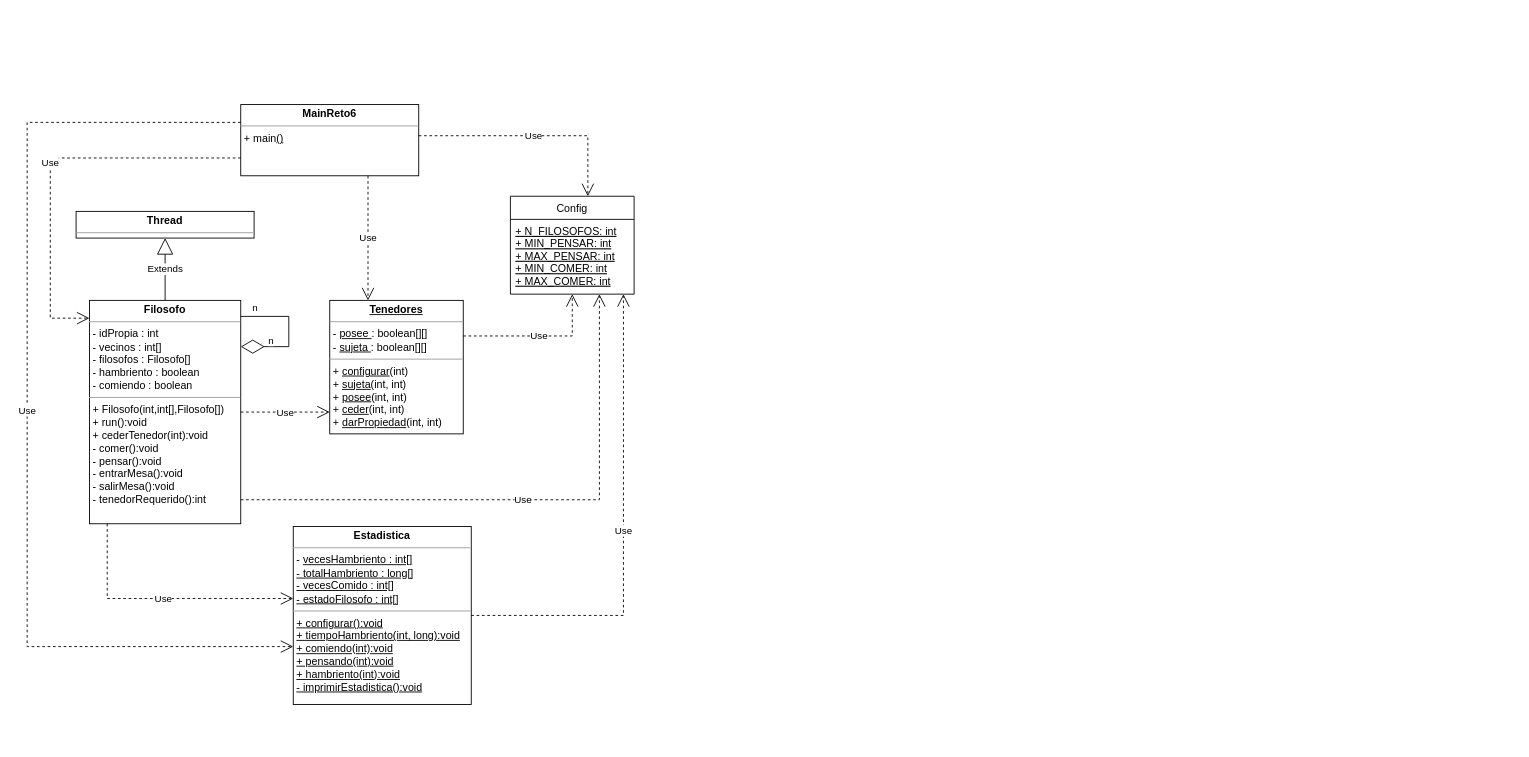
Earlier version of the draw.io diagram documentos/filosofos.drawio (josebailoneduca/PSPRO_Reto6). Source tidied: cells renumbered, new cells numbered last; positions are measured from the earlier drawing's top-left corner, leaving out a move shared by most shapes. Both pictures are drawn from the tidied source at 89%, with x=0, y=0 at pixel (27, 104).
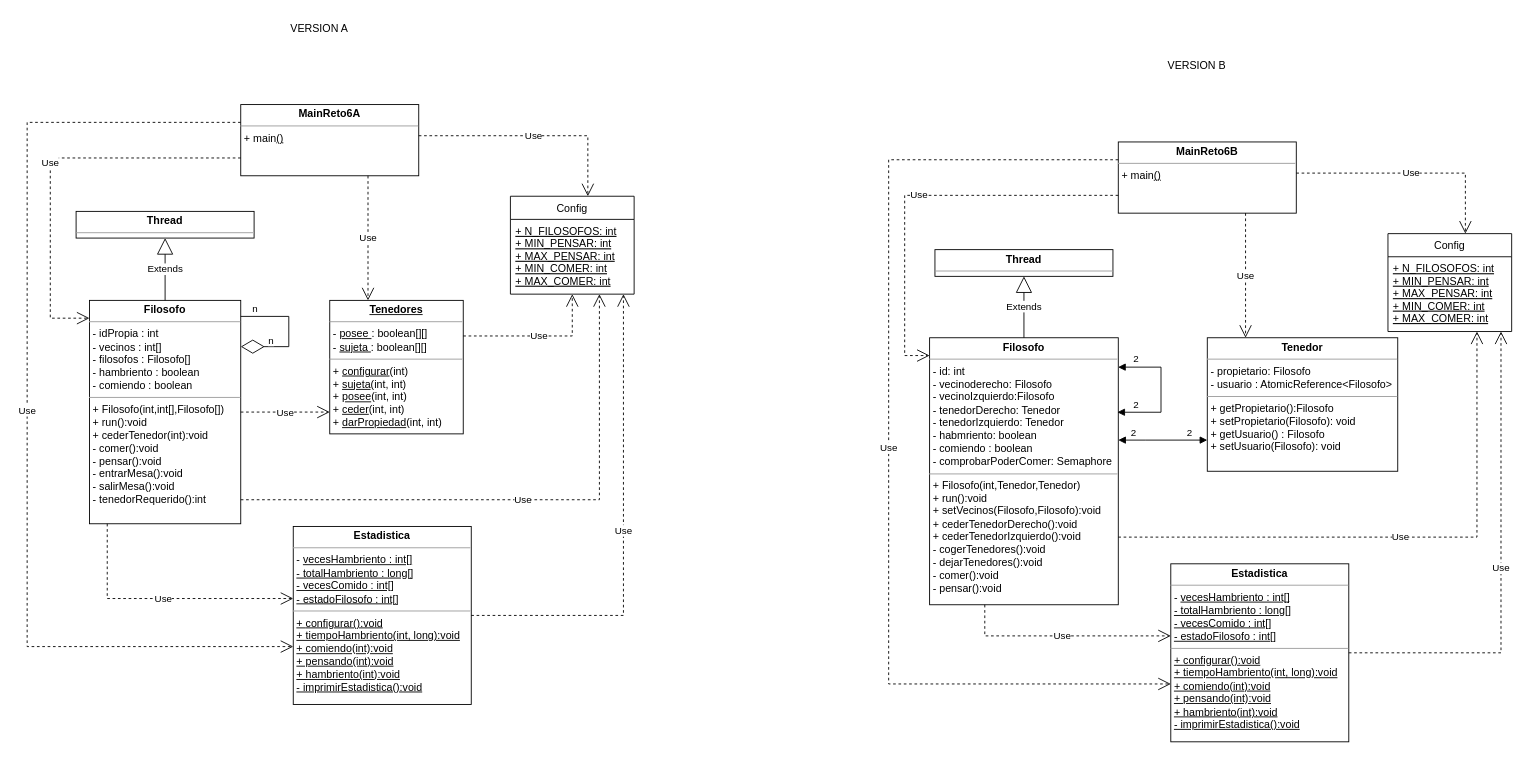
The same page after the edit.

Change to the diagram source:
```diff
@@
-    <mxCell id="8" value="&lt;p style=&quot;margin:0px;margin-top:4px;text-align:center;&quot;&gt;&lt;b&gt;MainReto6&lt;/b&gt;&lt;/p&gt;&lt;hr size=&quot;1&quot;&gt;&lt;p style=&quot;margin:0px;margin-left:4px;&quot;&gt;&lt;span style=&quot;background-color: initial;&quot;&gt;+ main&lt;u&gt;()&lt;/u&gt;&lt;/span&gt;&lt;/p&gt;" style="verticalAlign=top;align=left;overflow=fill;fontSize=12;fontFamily=Helvetica;html=1;" parent="1" vertex="1">
+    <mxCell id="8" value="&lt;p style=&quot;margin:0px;margin-top:4px;text-align:center;&quot;&gt;&lt;b&gt;MainReto6A&lt;/b&gt;&lt;/p&gt;&lt;hr size=&quot;1&quot;&gt;&lt;p style=&quot;margin:0px;margin-left:4px;&quot;&gt;&lt;span style=&quot;background-color: initial;&quot;&gt;+ main&lt;u&gt;()&lt;/u&gt;&lt;/span&gt;&lt;/p&gt;" style="verticalAlign=top;align=left;overflow=fill;fontSize=12;fontFamily=Helvetica;html=1;" parent="1" vertex="1">
       <mxGeometry x="240" width="200" height="80" as="geometry" />
     </mxCell>
@@
+    <mxCell id="22" value="VERSION A" style="text;html=1;strokeColor=none;fillColor=none;align=center;verticalAlign=middle;whiteSpace=wrap;rounded=0;" parent="1" vertex="1">
+      <mxGeometry x="258" y="-100" width="141" height="30" as="geometry" />
+    </mxCell>
+    <mxCell id="23" value="&lt;p style=&quot;margin:0px;margin-top:4px;text-align:center;&quot;&gt;&lt;b&gt;Filosofo&lt;/b&gt;&lt;/p&gt;&lt;hr size=&quot;1&quot;&gt;&lt;p style=&quot;margin:0px;margin-left:4px;&quot;&gt;&lt;span style=&quot;background-color: initial;&quot;&gt;-&amp;nbsp;&lt;/span&gt;&lt;span style=&quot;background-color: initial;&quot;&gt;id: int&lt;/span&gt;&lt;br&gt;&lt;/p&gt;&lt;p style=&quot;margin:0px;margin-left:4px;&quot;&gt;- vecinoderecho: Filosofo&lt;/p&gt;&lt;p style=&quot;margin:0px;margin-left:4px;&quot;&gt;- vecinoIzquierdo:Filosofo&lt;/p&gt;&lt;p style=&quot;margin:0px;margin-left:4px;&quot;&gt;- tenedorDerecho: Tenedor&lt;/p&gt;&lt;p style=&quot;margin:0px;margin-left:4px;&quot;&gt;- tenedorIzquierdo: Tenedor&lt;/p&gt;&lt;p style=&quot;margin:0px;margin-left:4px;&quot;&gt;- habmriento: boolean&lt;/p&gt;&lt;p style=&quot;margin:0px;margin-left:4px;&quot;&gt;- comiendo : boolean&lt;/p&gt;&lt;p style=&quot;margin:0px;margin-left:4px;&quot;&gt;- comprobarPoderComer: Semaphore&lt;/p&gt;&lt;hr size=&quot;1&quot;&gt;&lt;p style=&quot;margin:0px;margin-left:4px;&quot;&gt;+&amp;nbsp;&lt;span style=&quot;background-color: initial;&quot;&gt;Filosofo(int,Tenedor,Tenedor)&lt;/span&gt;&lt;/p&gt;&lt;p style=&quot;margin:0px;margin-left:4px;&quot;&gt;+ run():void&lt;/p&gt;&lt;p style=&quot;margin:0px;margin-left:4px;&quot;&gt;+ setVecinos(Filosofo,Filosofo):void&lt;/p&gt;&lt;p style=&quot;margin:0px;margin-left:4px;&quot;&gt;+&amp;nbsp;&lt;span style=&quot;background-color: initial;&quot;&gt;cederTenedorDerecho():void&lt;/span&gt;&lt;br&gt;&lt;/p&gt;&lt;p style=&quot;margin:0px;margin-left:4px;&quot;&gt;&lt;span style=&quot;background-color: initial;&quot;&gt;+ cederTenedorIzquierdo():void&lt;/span&gt;&lt;/p&gt;&lt;p style=&quot;margin:0px;margin-left:4px;&quot;&gt;- cogerTenedores():void&lt;/p&gt;&lt;p style=&quot;margin:0px;margin-left:4px;&quot;&gt;- dejarTenedores():void&lt;/p&gt;&lt;p style=&quot;margin:0px;margin-left:4px;&quot;&gt;- comer():void&lt;/p&gt;&lt;p style=&quot;margin:0px;margin-left:4px;&quot;&gt;- pensar():void&lt;/p&gt;" style="verticalAlign=top;align=left;overflow=fill;fontSize=12;fontFamily=Helvetica;html=1;" parent="1" vertex="1">
+      <mxGeometry x="1014" y="262" width="212" height="300" as="geometry" />
+    </mxCell>
+    <mxCell id="24" value="&lt;p style=&quot;margin:0px;margin-top:4px;text-align:center;&quot;&gt;&lt;b&gt;Estadistica&lt;/b&gt;&lt;/p&gt;&lt;hr size=&quot;1&quot;&gt;&lt;p style=&quot;margin:0px;margin-left:4px;&quot;&gt;&lt;span style=&quot;background-color: initial;&quot;&gt;- &lt;u&gt;vecesHambriento : int[]&lt;/u&gt;&lt;/span&gt;&lt;u&gt;&lt;br&gt;&lt;/u&gt;&lt;/p&gt;&lt;p style=&quot;margin:0px;margin-left:4px;&quot;&gt;&lt;u&gt;- totalHambriento : long[]&lt;/u&gt;&lt;/p&gt;&lt;p style=&quot;margin:0px;margin-left:4px;&quot;&gt;&lt;u&gt;- vecesComido : int[]&lt;/u&gt;&lt;/p&gt;&lt;p style=&quot;margin:0px;margin-left:4px;&quot;&gt;&lt;u style=&quot;background-color: initial;&quot;&gt;- estadoFilosofo : int[]&lt;/u&gt;&lt;br&gt;&lt;/p&gt;&lt;hr size=&quot;1&quot;&gt;&lt;p style=&quot;margin:0px;margin-left:4px;&quot;&gt;&lt;u&gt;+&amp;nbsp;&lt;/u&gt;&lt;span style=&quot;background-color: initial;&quot;&gt;&lt;u&gt;configurar():void&lt;/u&gt;&lt;/span&gt;&lt;/p&gt;&lt;p style=&quot;margin:0px;margin-left:4px;&quot;&gt;&lt;u&gt;+ tiempoHambriento(int, long):void&lt;/u&gt;&lt;/p&gt;&lt;p style=&quot;margin:0px;margin-left:4px;&quot;&gt;&lt;u&gt;+ comiendo(int):void&lt;/u&gt;&lt;/p&gt;&lt;p style=&quot;margin:0px;margin-left:4px;&quot;&gt;&lt;u&gt;+ pensando(int):void&lt;/u&gt;&lt;/p&gt;&lt;p style=&quot;margin:0px;margin-left:4px;&quot;&gt;&lt;u&gt;+ hambriento(int):void&lt;/u&gt;&lt;/p&gt;&lt;p style=&quot;margin:0px;margin-left:4px;&quot;&gt;&lt;u&gt;- imprimirEstadistica():void&lt;/u&gt;&lt;/p&gt;" style="verticalAlign=top;align=left;overflow=fill;fontSize=12;fontFamily=Helvetica;html=1;" parent="1" vertex="1">
+      <mxGeometry x="1285" y="516" width="200" height="200" as="geometry" />
+    </mxCell>
+    <mxCell id="25" value="&lt;p style=&quot;margin:0px;margin-top:4px;text-align:center;&quot;&gt;&lt;b&gt;Thread&lt;/b&gt;&lt;/p&gt;&lt;hr size=&quot;1&quot;&gt;&lt;p style=&quot;margin:0px;margin-left:4px;&quot;&gt;&lt;br&gt;&lt;/p&gt;" style="verticalAlign=top;align=left;overflow=fill;fontSize=12;fontFamily=Helvetica;html=1;" parent="1" vertex="1">
+      <mxGeometry x="1020" y="163" width="200" height="30" as="geometry" />
+    </mxCell>
+    <mxCell id="26" value="Extends" style="endArrow=block;endSize=16;endFill=0;html=1;rounded=0;" parent="1" edge="1" source="23" target="25">
+      <mxGeometry relative="1" as="geometry" />
+    </mxCell>
+    <mxCell id="27" value="Config" style="swimlane;fontStyle=0;horizontal=1;startSize=26;fillColor=none;" parent="1" vertex="1">
+      <mxGeometry x="1529" y="145" width="139" height="110" as="geometry" />
+    </mxCell>
+    <mxCell id="28" value="+ N_FILOSOFOS: int&#10;+ MIN_PENSAR: int&#10;+ MAX_PENSAR: int&#10;+ MIN_COMER: int&#10;+ MAX_COMER: int&#10;" style="text;strokeColor=none;fillColor=none;align=left;verticalAlign=top;spacingLeft=4;spacingRight=4;overflow=hidden;fontStyle=4;" parent="27" vertex="1">
+      <mxGeometry y="26" width="139" height="84" as="geometry" />
+    </mxCell>
+    <mxCell id="29" value="&lt;p style=&quot;margin:0px;margin-top:4px;text-align:center;&quot;&gt;&lt;b&gt;MainReto6B&lt;/b&gt;&lt;/p&gt;&lt;hr size=&quot;1&quot;&gt;&lt;p style=&quot;margin:0px;margin-left:4px;&quot;&gt;&lt;span style=&quot;background-color: initial;&quot;&gt;+ main&lt;u&gt;()&lt;/u&gt;&lt;/span&gt;&lt;/p&gt;" style="verticalAlign=top;align=left;overflow=fill;fontSize=12;fontFamily=Helvetica;html=1;" parent="1" vertex="1">
+      <mxGeometry x="1226" y="42" width="200" height="80" as="geometry" />
+    </mxCell>
+    <mxCell id="30" value="&lt;p style=&quot;margin:0px;margin-top:4px;text-align:center;&quot;&gt;&lt;b&gt;Tenedor&lt;/b&gt;&lt;/p&gt;&lt;hr size=&quot;1&quot;&gt;&lt;p style=&quot;margin:0px;margin-left:4px;&quot;&gt;&lt;span style=&quot;background-color: initial;&quot;&gt;-&amp;nbsp;&lt;/span&gt;&lt;span style=&quot;background-color: initial;&quot;&gt;propietario: Filosofo&lt;/span&gt;&lt;br&gt;&lt;/p&gt;&lt;p style=&quot;margin:0px;margin-left:4px;&quot;&gt;- usuario&amp;nbsp;: AtomicReference&amp;lt;Filosofo&amp;gt;&lt;/p&gt;&lt;hr size=&quot;1&quot;&gt;&lt;p style=&quot;margin:0px;margin-left:4px;&quot;&gt;+&amp;nbsp;&lt;span style=&quot;background-color: initial;&quot;&gt;getPropietario():Filosofo&lt;/span&gt;&lt;/p&gt;&lt;p style=&quot;margin:0px;margin-left:4px;&quot;&gt;+ setPropietario(Filosofo): void&lt;/p&gt;&lt;p style=&quot;margin:0px;margin-left:4px;&quot;&gt;+ getUsuario() : Filosofo&lt;/p&gt;&lt;p style=&quot;margin:0px;margin-left:4px;&quot;&gt;+ setUsuario(Filosofo): void&lt;/p&gt;" style="verticalAlign=top;align=left;overflow=fill;fontSize=12;fontFamily=Helvetica;html=1;" parent="1" vertex="1">
+      <mxGeometry x="1326" y="262" width="214" height="150" as="geometry" />
+    </mxCell>
+    <mxCell id="31" value="Use" style="endArrow=open;endSize=12;dashed=1;html=1;rounded=0;edgeStyle=orthogonalEdgeStyle;" parent="1" edge="1" source="29" target="23">
+      <mxGeometry relative="1" as="geometry">
+        <Array as="points">
+          <mxPoint x="986" y="102" />
+          <mxPoint x="986" y="282" />
+        </Array>
+      </mxGeometry>
+    </mxCell>
+    <mxCell id="32" value="Use" style="endArrow=open;endSize=12;dashed=1;html=1;rounded=0;edgeStyle=orthogonalEdgeStyle;" parent="1" edge="1" source="29" target="27">
+      <mxGeometry relative="1" as="geometry">
+        <Array as="points">
+          <mxPoint x="1616" y="77" />
+        </Array>
+      </mxGeometry>
+    </mxCell>
+    <mxCell id="33" value="Use" style="endArrow=open;endSize=12;dashed=1;html=1;rounded=0;edgeStyle=orthogonalEdgeStyle;jumpStyle=arc;jumpSize=13;" parent="1" edge="1" source="23" target="27">
+      <mxGeometry relative="1" as="geometry">
+        <Array as="points">
+          <mxPoint x="1629" y="486" />
+        </Array>
+      </mxGeometry>
+    </mxCell>
+    <mxCell id="34" value="Use" style="endArrow=open;endSize=12;dashed=1;html=1;rounded=0;edgeStyle=orthogonalEdgeStyle;jumpStyle=arc;jumpSize=13;" parent="1" edge="1" source="23" target="24">
+      <mxGeometry relative="1" as="geometry">
+        <Array as="points">
+          <mxPoint x="1076" y="597" />
+        </Array>
+      </mxGeometry>
+    </mxCell>
+    <mxCell id="35" value="Use" style="endArrow=open;endSize=12;dashed=1;html=1;rounded=0;edgeStyle=orthogonalEdgeStyle;" parent="1" edge="1" source="29" target="24">
+      <mxGeometry relative="1" as="geometry">
+        <Array as="points">
+          <mxPoint x="968" y="62" />
+          <mxPoint x="968" y="651" />
+        </Array>
+      </mxGeometry>
+    </mxCell>
+    <mxCell id="36" value="Use" style="endArrow=open;endSize=12;dashed=1;html=1;rounded=0;edgeStyle=orthogonalEdgeStyle;" parent="1" edge="1" source="29" target="30">
+      <mxGeometry relative="1" as="geometry">
+        <Array as="points">
+          <mxPoint x="1369" y="185" />
+          <mxPoint x="1369" y="185" />
+        </Array>
+      </mxGeometry>
+    </mxCell>
+    <mxCell id="37" value="Use" style="endArrow=open;endSize=12;dashed=1;html=1;rounded=0;edgeStyle=orthogonalEdgeStyle;jumpStyle=arc;jumpSize=13;" parent="1" edge="1" source="24" target="27">
+      <mxGeometry relative="1" as="geometry">
+        <Array as="points">
+          <mxPoint x="1656" y="616" />
+        </Array>
+      </mxGeometry>
+    </mxCell>
+    <mxCell id="38" value="VERSION B" style="text;html=1;strokeColor=none;fillColor=none;align=center;verticalAlign=middle;whiteSpace=wrap;rounded=0;" parent="1" vertex="1">
+      <mxGeometry x="1244" y="-58" width="141" height="30" as="geometry" />
+    </mxCell>
+    <mxCell id="39" style="endArrow=block;startArrow=block;endFill=1;startFill=1;html=1;rounded=0;edgeStyle=orthogonalEdgeStyle;exitX=0.999;exitY=0.11;exitDx=0;exitDy=0;exitPerimeter=0;entryX=0.995;entryY=0.279;entryDx=0;entryDy=0;entryPerimeter=0;" parent="1" edge="1" source="23" target="23">
+      <mxGeometry relative="1" as="geometry">
+        <Array as="points">
+          <mxPoint x="1274" y="295" />
+          <mxPoint x="1274" y="346" />
+        </Array>
+      </mxGeometry>
+    </mxCell>
+    <mxCell id="40" value="2&lt;br&gt;" style="edgeLabel;html=1;align=center;verticalAlign=middle;" parent="39" vertex="1">
+      <mxGeometry x="0.5" y="3" relative="1" as="geometry">
+        <mxPoint x="-16" y="-12" as="offset" />
+      </mxGeometry>
+    </mxCell>
+    <mxCell id="41" value="2&lt;br&gt;" style="edgeLabel;html=1;align=center;verticalAlign=middle;" parent="1" vertex="1">
+      <mxGeometry x="1256" y="346.7" as="geometry">
+        <mxPoint x="-11" y="-61" as="offset" />
+      </mxGeometry>
+    </mxCell>
+    <mxCell id="42" style="endArrow=block;startArrow=block;endFill=1;startFill=1;html=1;rounded=0;edgeStyle=orthogonalEdgeStyle;" parent="1" edge="1" source="30" target="23">
+      <mxGeometry relative="1" as="geometry">
+        <Array as="points">
+          <mxPoint x="1257" y="377" />
+          <mxPoint x="1257" y="377" />
+        </Array>
+      </mxGeometry>
+    </mxCell>
+    <mxCell id="43" value="2&lt;br&gt;" style="edgeLabel;html=1;align=center;verticalAlign=middle;" parent="42" vertex="1">
+      <mxGeometry x="0.5" y="3" relative="1" as="geometry">
+        <mxPoint x="-9" y="-12" as="offset" />
+      </mxGeometry>
+    </mxCell>
+    <mxCell id="44" value="2&lt;br&gt;" style="edgeLabel;html=1;align=center;verticalAlign=middle;" parent="1" vertex="1">
+      <mxGeometry x="1244.8" y="378" as="geometry">
+        <mxPoint x="61" y="-10" as="offset" />
+      </mxGeometry>
+    </mxCell>
```
